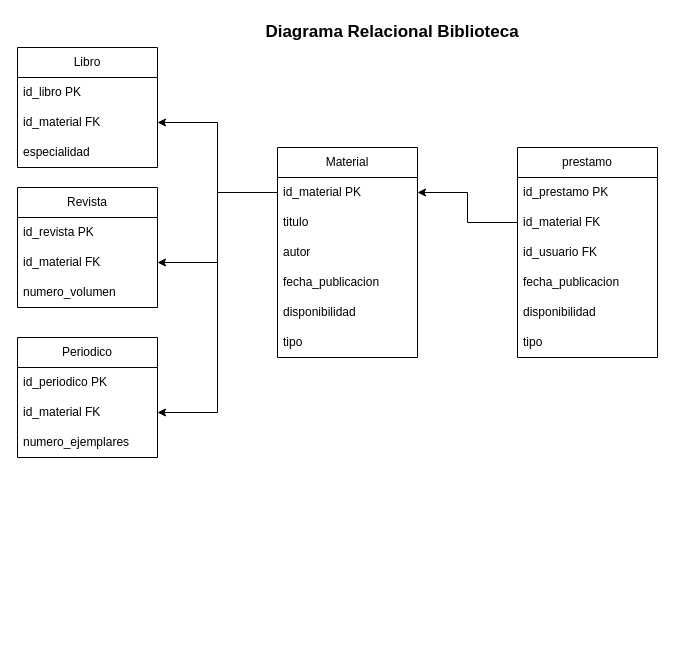
Earlier version of the draw.io diagram Diagrama Relacional Biblioteca.drawio (AlexAntonio29/PracticasProgramacion). Source tidied: cells renumbered, new cells numbered last; positions are measured from the earlier drawing's top-left corner, leaving out a move shared by most shapes. Both pictures are drawn from the tidied source at 100%, with x=0, y=0 at pixel (17, 17).
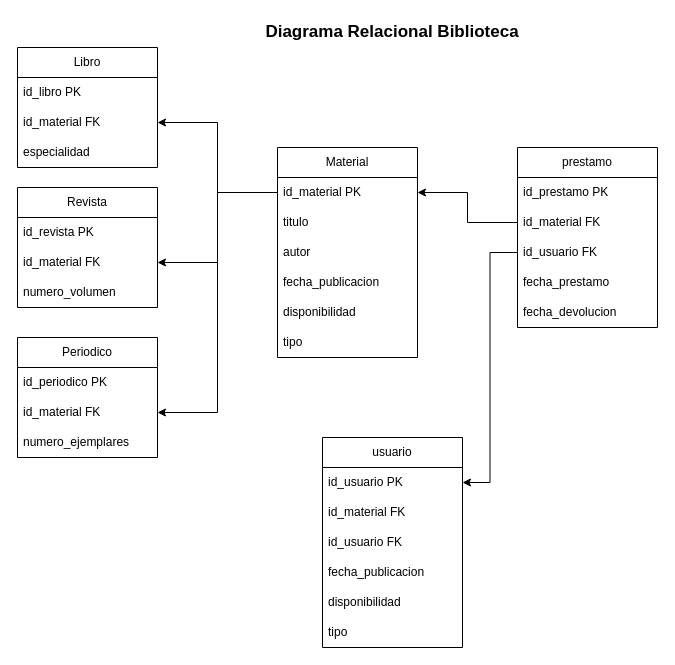
Above is the later version.

Unchanged cells that the change refers to:
```xml
<mxCell id="16" value="id_material PK" style="text;strokeColor=none;fillColor=none;align=left;verticalAlign=middle;spacingLeft=4;spacingRight=4;overflow=hidden;points=[[0,0.5],[1,0.5]];portConstraint=eastwest;whiteSpace=wrap;html=1;" parent="15" vertex="1">
  <mxGeometry y="30" width="140" height="30" as="geometry" />
</mxCell>
<mxCell id="27" value="id_material FK" style="text;strokeColor=none;fillColor=none;align=left;verticalAlign=middle;spacingLeft=4;spacingRight=4;overflow=hidden;points=[[0,0.5],[1,0.5]];portConstraint=eastwest;whiteSpace=wrap;html=1;" parent="25" vertex="1">
  <mxGeometry y="60" width="140" height="30" as="geometry" />
</mxCell>
<mxCell id="28" value="id_usuario FK" style="text;strokeColor=none;fillColor=none;align=left;verticalAlign=middle;spacingLeft=4;spacingRight=4;overflow=hidden;points=[[0,0.5],[1,0.5]];portConstraint=eastwest;whiteSpace=wrap;html=1;" parent="25" vertex="1">
  <mxGeometry y="90" width="140" height="30" as="geometry" />
</mxCell>
```

Change to the diagram source:
```diff
@@
     <mxCell id="25" value="prestamo" style="swimlane;fontStyle=0;horizontal=1;startSize=30;whiteSpace=wrap;html=1;" parent="1" vertex="1">
-      <mxGeometry x="500" y="130" width="140" height="210" as="geometry" />
+      <mxGeometry x="500" y="130" width="140" height="180" as="geometry" />
     </mxCell>
@@
-    <mxCell id="29" value="fecha_publicacion" style="text;strokeColor=none;fillColor=none;align=left;verticalAlign=middle;spacingLeft=4;spacingRight=4;overflow=hidden;whiteSpace=wrap;html=1;" parent="25" vertex="1">
+    <mxCell id="29" value="fecha_prestamo" style="text;strokeColor=none;fillColor=none;align=left;verticalAlign=middle;spacingLeft=4;spacingRight=4;overflow=hidden;whiteSpace=wrap;html=1;" parent="25" vertex="1">
       <mxGeometry y="120" width="140" height="30" as="geometry" />
     </mxCell>
-    <mxCell id="30" value="disponibilidad" style="text;strokeColor=none;fillColor=none;align=left;verticalAlign=middle;spacingLeft=4;spacingRight=4;overflow=hidden;whiteSpace=wrap;html=1;" parent="25" vertex="1">
+    <mxCell id="30" value="fecha_devolucion" style="text;strokeColor=none;fillColor=none;align=left;verticalAlign=middle;spacingLeft=4;spacingRight=4;overflow=hidden;whiteSpace=wrap;html=1;" parent="25" vertex="1">
       <mxGeometry y="150" width="140" height="30" as="geometry" />
     </mxCell>
+    <mxCell id="32" style="edgeStyle=orthogonalEdgeStyle;rounded=0;jettySize=auto;html=1;entryX=1;entryY=0.5;entryDx=0;entryDy=0;" parent="1" edge="1" source="27" target="16">
+      <mxGeometry relative="1" as="geometry" />
+    </mxCell>
+    <mxCell id="33" value="usuario" style="swimlane;fontStyle=0;horizontal=1;startSize=30;whiteSpace=wrap;html=1;" parent="1" vertex="1">
+      <mxGeometry x="305" y="420" width="140" height="210" as="geometry" />
+    </mxCell>
+    <mxCell id="34" value="id_usuario PK" style="text;strokeColor=none;fillColor=none;align=left;verticalAlign=middle;spacingLeft=4;spacingRight=4;overflow=hidden;points=[[0,0.5],[1,0.5]];portConstraint=eastwest;whiteSpace=wrap;html=1;" parent="33" vertex="1">
+      <mxGeometry y="30" width="140" height="30" as="geometry" />
+    </mxCell>
+    <mxCell id="35" value="id_material FK" style="text;strokeColor=none;fillColor=none;align=left;verticalAlign=middle;spacingLeft=4;spacingRight=4;overflow=hidden;whiteSpace=wrap;html=1;" parent="33" vertex="1">
+      <mxGeometry y="60" width="140" height="30" as="geometry" />
+    </mxCell>
+    <mxCell id="36" value="id_usuario FK" style="text;strokeColor=none;fillColor=none;align=left;verticalAlign=middle;spacingLeft=4;spacingRight=4;overflow=hidden;whiteSpace=wrap;html=1;" parent="33" vertex="1">
+      <mxGeometry y="90" width="140" height="30" as="geometry" />
+    </mxCell>
+    <mxCell id="37" value="fecha_publicacion" style="text;strokeColor=none;fillColor=none;align=left;verticalAlign=middle;spacingLeft=4;spacingRight=4;overflow=hidden;whiteSpace=wrap;html=1;" parent="33" vertex="1">
+      <mxGeometry y="120" width="140" height="30" as="geometry" />
+    </mxCell>
+    <mxCell id="38" value="disponibilidad" style="text;strokeColor=none;fillColor=none;align=left;verticalAlign=middle;spacingLeft=4;spacingRight=4;overflow=hidden;whiteSpace=wrap;html=1;" parent="33" vertex="1">
+      <mxGeometry y="150" width="140" height="30" as="geometry" />
+    </mxCell>
-    <mxCell id="31" value="tipo" style="text;strokeColor=none;fillColor=none;align=left;verticalAlign=middle;spacingLeft=4;spacingRight=4;overflow=hidden;whiteSpace=wrap;html=1;" parent="25" vertex="1">
+    <mxCell id="31" value="tipo" style="text;strokeColor=none;fillColor=none;align=left;verticalAlign=middle;spacingLeft=4;spacingRight=4;overflow=hidden;whiteSpace=wrap;html=1;" parent="33" vertex="1">
       <mxGeometry y="180" width="140" height="30" as="geometry" />
     </mxCell>
-    <mxCell id="32" style="edgeStyle=orthogonalEdgeStyle;rounded=0;jettySize=auto;html=1;entryX=1;entryY=0.5;entryDx=0;entryDy=0;" parent="1" edge="1" source="27" target="16">
-      <mxGeometry relative="1" as="geometry" />
-    </mxCell>
+    <mxCell id="39" style="edgeStyle=orthogonalEdgeStyle;rounded=0;jettySize=auto;html=1;entryX=1;entryY=0.5;entryDx=0;entryDy=0;" parent="1" edge="1" source="28" target="34">
+      <mxGeometry relative="1" as="geometry" />
+    </mxCell>
```
